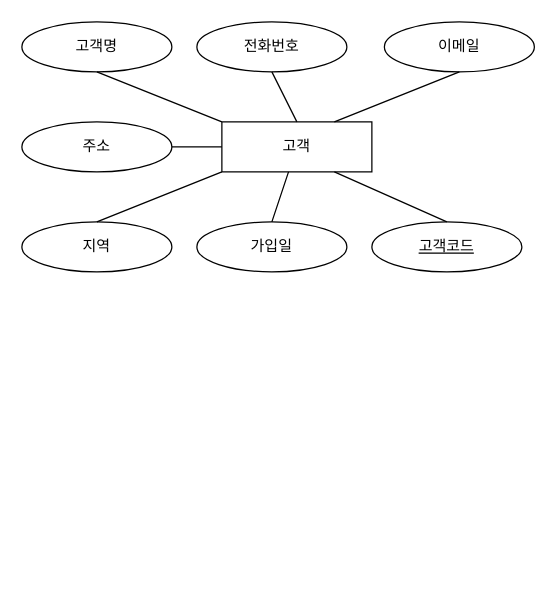
The draw.io diagram erd.drawio in jrjosh1207/ai8erd, before the edit. Source tidied: cells renumbered, new cells numbered last; positions are measured from the earlier drawing's top-left corner, leaving out a move shared by most shapes. Both pictures are drawn from the tidied source at 125%, with x=0, y=0 at pixel (21, 21).
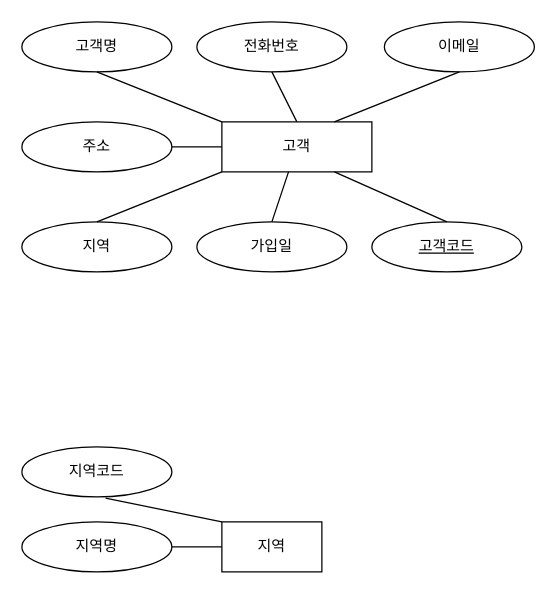
The same page after the edit.

Change to the diagram source:
```diff
@@
+    <mxCell id="17" value="지역" style="rounded=0;whiteSpace=wrap;html=1;" parent="1" vertex="1">
+      <mxGeometry x="160" y="400" width="80" height="40" as="geometry" />
+    </mxCell>
+    <mxCell id="18" value="지역코드" style="ellipse;whiteSpace=wrap;html=1;align=center;fontStyle=0;" parent="1" vertex="1">
+      <mxGeometry y="340" width="120" height="40" as="geometry" />
+    </mxCell>
+    <mxCell id="19" value="지역명" style="ellipse;whiteSpace=wrap;html=1;align=center;fontStyle=0;" parent="1" vertex="1">
+      <mxGeometry y="400" width="120" height="40" as="geometry" />
+    </mxCell>
+    <mxCell id="20" style="endArrow=none;html=1;rounded=0;exitX=1;exitY=0.5;exitDx=0;exitDy=0;entryX=0;entryY=0.5;entryDx=0;entryDy=0;" parent="1" edge="1" source="19" target="17">
+      <mxGeometry relative="1" as="geometry" />
+    </mxCell>
+    <mxCell id="21" style="endArrow=none;html=1;rounded=0;exitX=0.558;exitY=1.025;exitDx=0;exitDy=0;entryX=0;entryY=0;entryDx=0;entryDy=0;exitPerimeter=0;" parent="1" edge="1" source="18" target="17">
+      <mxGeometry relative="1" as="geometry" />
+    </mxCell>
```
